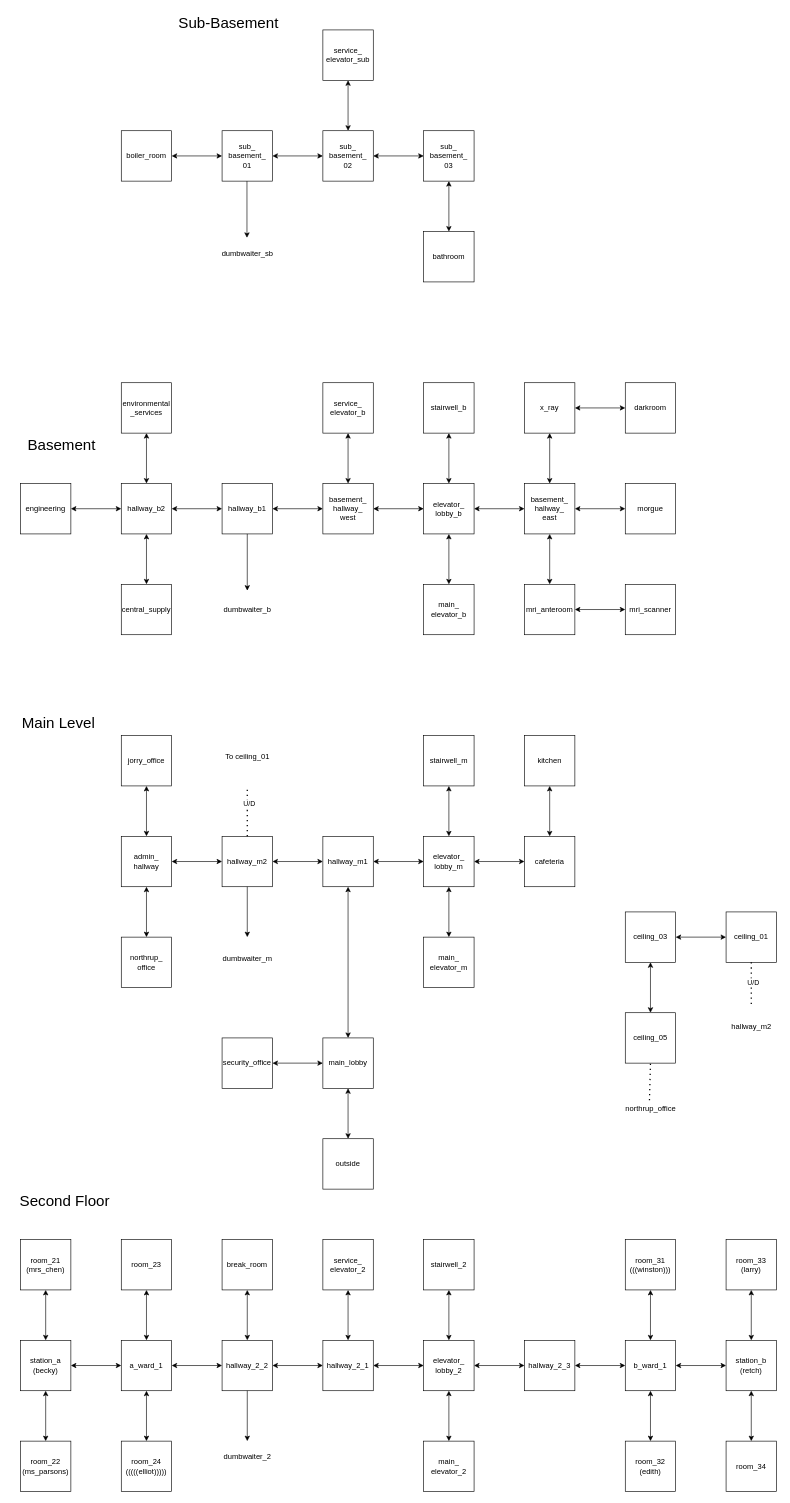
The draw.io diagram asterix.drawio in cfmoorz2/Puny-Asterix, before the edit. Source tidied: cells renumbered, new cells numbered last; positions are measured from the earlier drawing's top-left corner, leaving out a move shared by most shapes. Both pictures are drawn from the tidied source at 63%, with x=0, y=0 at pixel (11, 11).
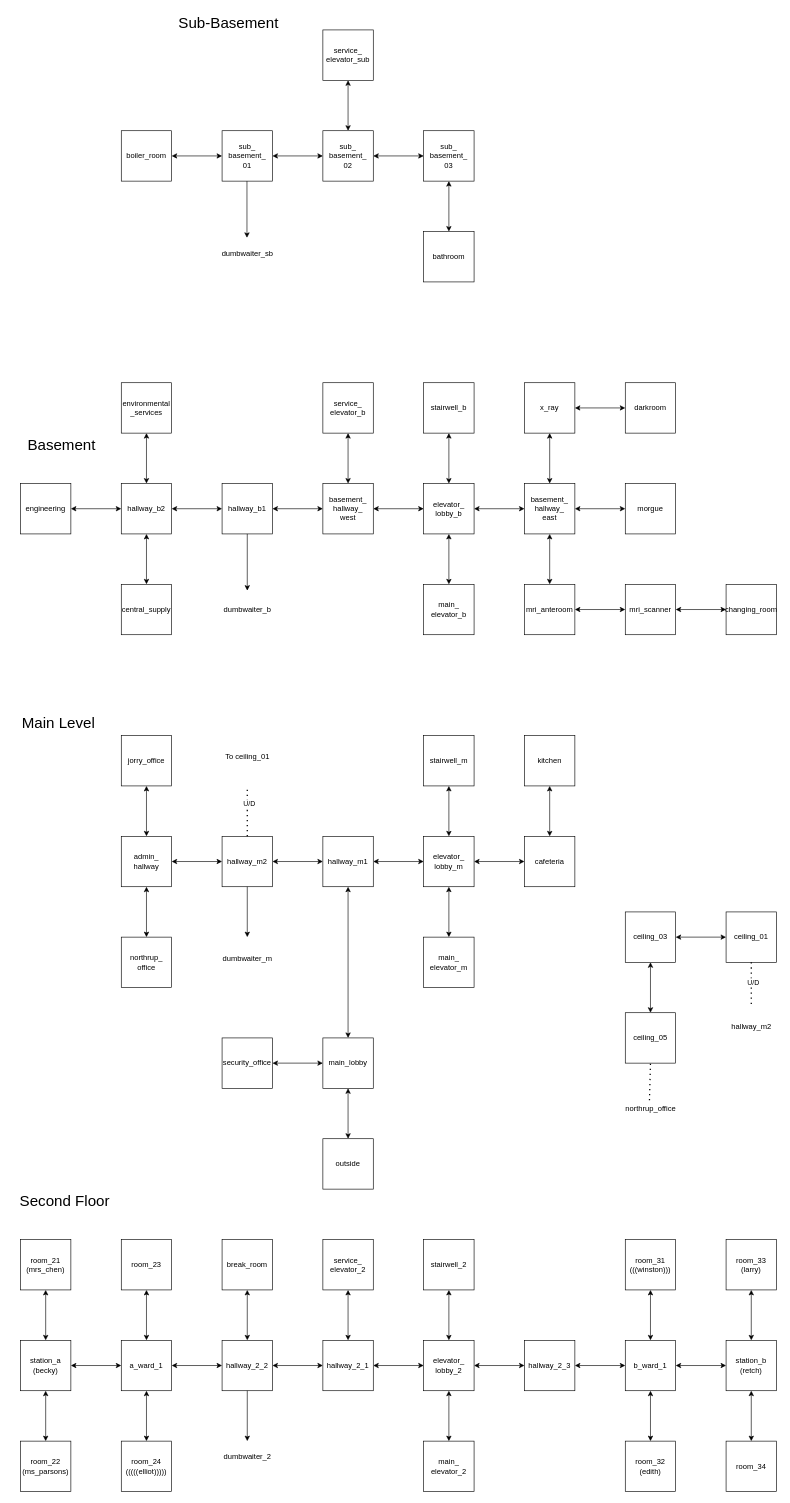
After the change.

Commit message (it also covers changes not shown here):
scanner room, door

The change refers to these unchanged cells:
```xml
<mxCell id="72" value="mri_scanner" style="whiteSpace=wrap;html=1;" parent="1" vertex="1">
  <mxGeometry x="975" y="910" width="80" height="80" as="geometry" />
</mxCell>
```

Diff of the diagram source:
```diff
@@
+    <mxCell id="133" value="changing_room" style="whiteSpace=wrap;html=1;" parent="1" vertex="1">
+      <mxGeometry x="1135" y="910" width="80" height="80" as="geometry" />
+    </mxCell>
+    <mxCell id="134" style="endArrow=classic;startArrow=classic;html=1;rounded=0;entryX=0;entryY=0.5;entryDx=0;entryDy=0;exitX=1;exitY=0.5;exitDx=0;exitDy=0;" parent="1" edge="1" source="72" target="133">
+      <mxGeometry relative="1" as="geometry" />
+    </mxCell>
```
